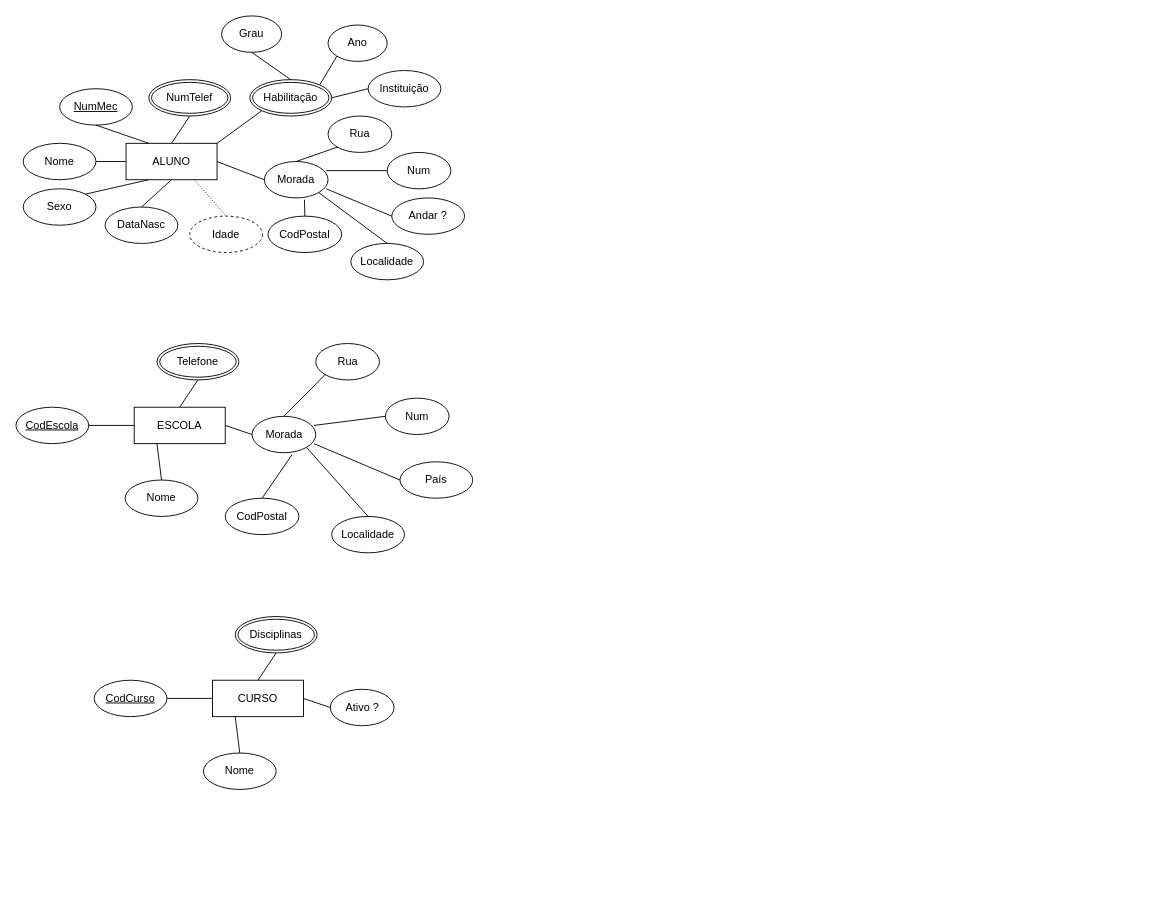
VascoMatos/diagramas keeps this draw.io diagram as DiagramaEscolar.drawio. Above is the earlier version. Source tidied: cells renumbered, new cells numbered last; positions are measured from the earlier drawing's top-left corner, leaving out a move shared by most shapes. Both pictures are drawn from the tidied source at 91%, with x=0, y=0 at pixel (15, 15).
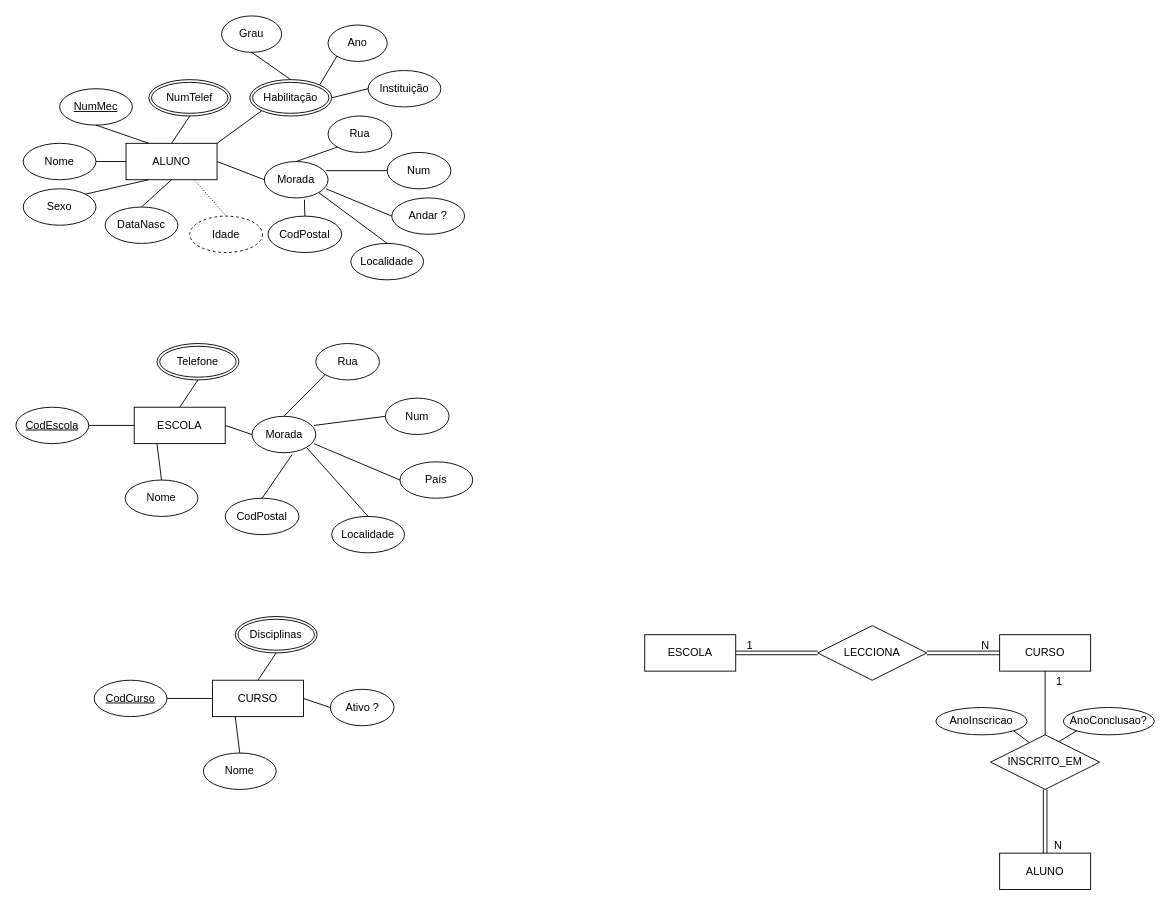
The same page after the edit.

What changed in the source:
```diff
@@
+    <mxCell id="64" value="CURSO" style="whiteSpace=wrap;html=1;align=center;" parent="1" vertex="1">
+      <mxGeometry x="1081" y="680" width="100" height="40" as="geometry" />
+    </mxCell>
+    <mxCell id="65" value="ESCOLA" style="whiteSpace=wrap;html=1;align=center;" parent="1" vertex="1">
+      <mxGeometry x="691" y="680" width="100" height="40" as="geometry" />
+    </mxCell>
+    <mxCell id="66" value="LECCIONA" style="shape=rhombus;perimeter=rhombusPerimeter;whiteSpace=wrap;html=1;align=center;" parent="1" vertex="1">
+      <mxGeometry x="881" y="670" width="120" height="60" as="geometry" />
+    </mxCell>
+    <mxCell id="67" value="ALUNO" style="whiteSpace=wrap;html=1;align=center;" parent="1" vertex="1">
+      <mxGeometry x="1081" y="920" width="100" height="40" as="geometry" />
+    </mxCell>
+    <mxCell id="68" value="INSCRITO_EM" style="shape=rhombus;perimeter=rhombusPerimeter;whiteSpace=wrap;html=1;align=center;" parent="1" vertex="1">
+      <mxGeometry x="1071" y="790" width="120" height="60" as="geometry" />
+    </mxCell>
+    <mxCell id="69" style="shape=link;html=1;rounded=0;entryX=0;entryY=0.5;entryDx=0;entryDy=0;exitX=1;exitY=0.5;exitDx=0;exitDy=0;" parent="1" edge="1" source="66" target="64">
+      <mxGeometry relative="1" as="geometry" />
+    </mxCell>
+    <mxCell id="70" value="N" style="html=1;whiteSpace=wrap;align=right;verticalAlign=bottom;" parent="69" vertex="1">
+      <mxGeometry x="1" relative="1" as="geometry">
+        <mxPoint x="-10" as="offset" />
+      </mxGeometry>
+    </mxCell>
+    <mxCell id="71" style="shape=link;html=1;rounded=0;entryX=1;entryY=0.5;entryDx=0;entryDy=0;exitX=0;exitY=0.5;exitDx=0;exitDy=0;" parent="1" edge="1" source="66" target="65">
+      <mxGeometry relative="1" as="geometry" />
+    </mxCell>
+    <mxCell id="72" value="1" style="html=1;whiteSpace=wrap;align=right;verticalAlign=bottom;" parent="71" vertex="1">
+      <mxGeometry x="1" relative="1" as="geometry">
+        <mxPoint x="20" as="offset" />
+      </mxGeometry>
+    </mxCell>
+    <mxCell id="73" style="shape=link;html=1;rounded=0;entryX=0.5;entryY=0;entryDx=0;entryDy=0;exitX=0.5;exitY=1;exitDx=0;exitDy=0;" parent="1" edge="1" source="68" target="67">
+      <mxGeometry relative="1" as="geometry" />
+    </mxCell>
+    <mxCell id="74" value="N" style="html=1;whiteSpace=wrap;align=right;verticalAlign=bottom;" parent="73" vertex="1">
+      <mxGeometry x="1" relative="1" as="geometry">
+        <mxPoint x="20" as="offset" />
+      </mxGeometry>
+    </mxCell>
+    <mxCell id="75" style="endArrow=none;html=1;rounded=0;entryX=0.5;entryY=0;entryDx=0;entryDy=0;exitX=0.5;exitY=1;exitDx=0;exitDy=0;" parent="1" edge="1" source="64" target="68">
+      <mxGeometry relative="1" as="geometry" />
+    </mxCell>
+    <mxCell id="76" value="1" style="html=1;whiteSpace=wrap;align=right;verticalAlign=bottom;" parent="75" vertex="1">
+      <mxGeometry x="1" relative="1" as="geometry">
+        <mxPoint x="20" y="-50" as="offset" />
+      </mxGeometry>
+    </mxCell>
+    <mxCell id="77" value="AnoConclusao?" style="ellipse;whiteSpace=wrap;html=1;align=center;" parent="1" vertex="1">
+      <mxGeometry x="1151" y="760" width="100" height="30" as="geometry" />
+    </mxCell>
+    <mxCell id="78" value="AnoInscricao" style="ellipse;whiteSpace=wrap;html=1;align=center;" parent="1" vertex="1">
+      <mxGeometry x="1011" y="760" width="100" height="30" as="geometry" />
+    </mxCell>
+    <mxCell id="79" style="endArrow=none;html=1;rounded=0;entryX=0.354;entryY=0.139;entryDx=0;entryDy=0;entryPerimeter=0;exitX=1;exitY=1;exitDx=0;exitDy=0;" parent="1" edge="1" source="78" target="68">
+      <mxGeometry relative="1" as="geometry" />
+    </mxCell>
+    <mxCell id="80" style="endArrow=none;html=1;rounded=0;exitX=0.625;exitY=0.125;exitDx=0;exitDy=0;entryX=0;entryY=1;entryDx=0;entryDy=0;exitPerimeter=0;" parent="1" edge="1" source="68" target="77">
+      <mxGeometry relative="1" as="geometry" />
+    </mxCell>
```
